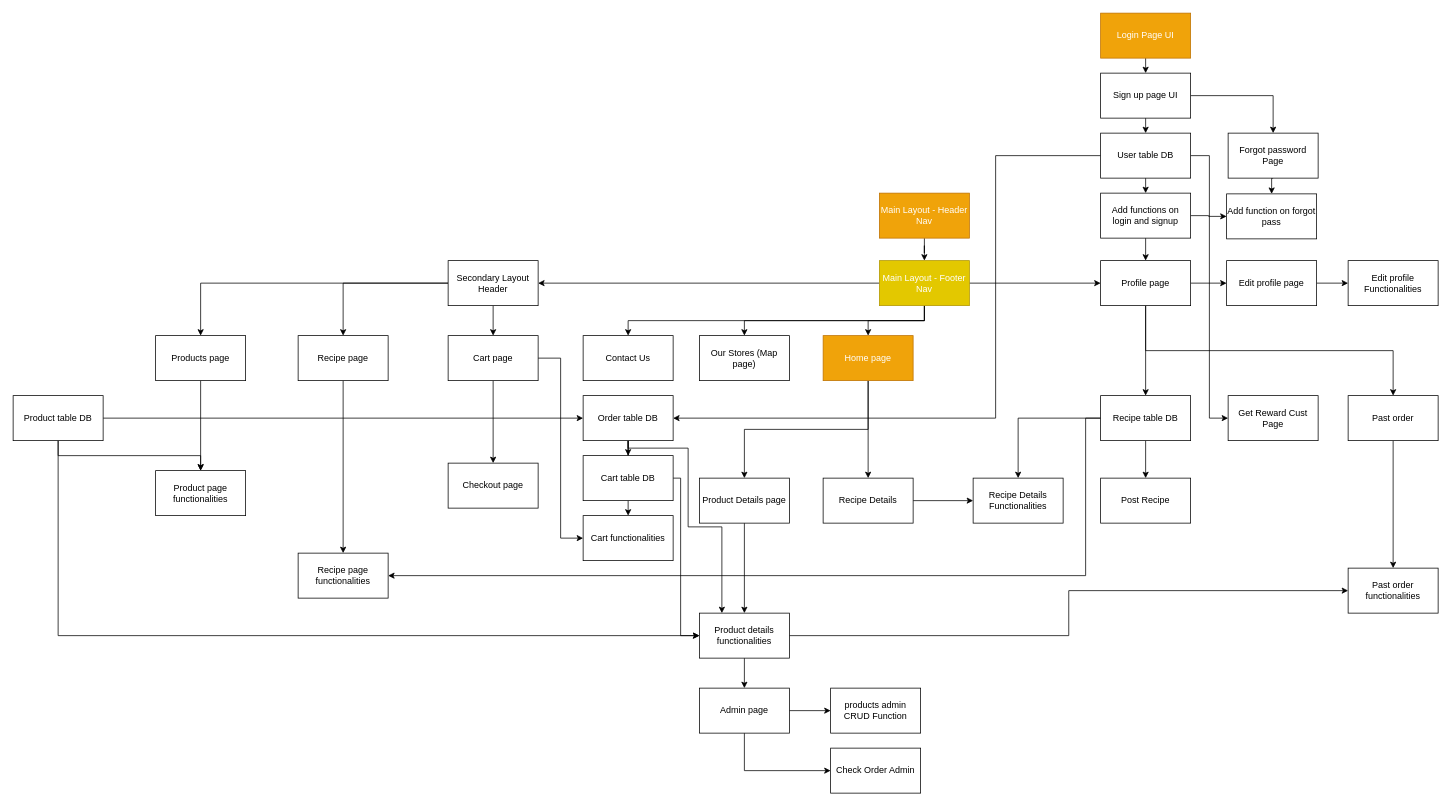
Earlier version of the draw.io diagram Untitled Diagram.drawio (Wavergg/721SoftwareEngineering). Source tidied: cells renumbered, new cells numbered last; positions are measured from the earlier drawing's top-left corner, leaving out a move shared by most shapes. Both pictures are drawn from the tidied source at 75%, with x=0, y=0 at pixel (13, 13).
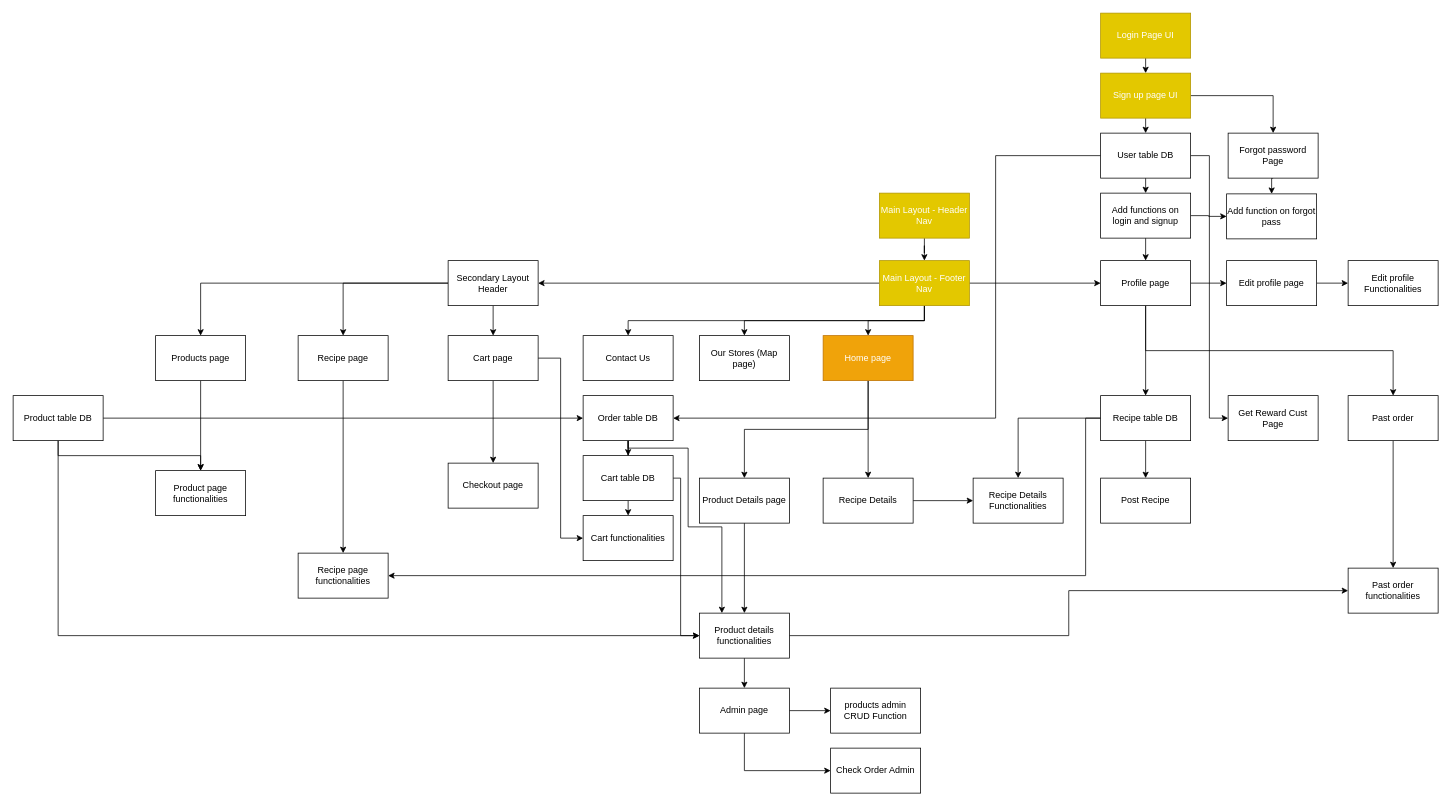
After the change.

Diff of the diagram source:
```diff
@@
-    <mxCell id="3" value="Main Layout - Header Nav" style="rounded=0;whiteSpace=wrap;html=1;fillColor=#f0a30a;strokeColor=#BD7000;fontColor=#ffffff;" parent="1" vertex="1">
+    <mxCell id="3" value="Main Layout - Header Nav" style="rounded=0;whiteSpace=wrap;html=1;fillColor=#e3c800;strokeColor=#B09500;fontColor=#ffffff;" parent="1" vertex="1">
       <mxGeometry x="1155" y="240" width="120" height="60" as="geometry" />
     </mxCell>
@@
-    <mxCell id="11" value="Login Page UI" style="rounded=0;whiteSpace=wrap;html=1;fillColor=#f0a30a;strokeColor=#BD7000;fontColor=#ffffff;" parent="1" vertex="1">
+    <mxCell id="11" value="Login Page UI" style="rounded=0;whiteSpace=wrap;html=1;fillColor=#e3c800;strokeColor=#B09500;fontColor=#ffffff;" parent="1" vertex="1">
       <mxGeometry x="1450" width="120" height="60" as="geometry" />
     </mxCell>
@@
-    <mxCell id="31" value="Sign up page UI" style="rounded=0;whiteSpace=wrap;html=1;" parent="1" vertex="1">
+    <mxCell id="31" value="Sign up page UI" style="rounded=0;whiteSpace=wrap;html=1;fillColor=#e3c800;strokeColor=#B09500;fontColor=#ffffff;" parent="1" vertex="1">
       <mxGeometry x="1450" y="80" width="120" height="60" as="geometry" />
     </mxCell>
```
